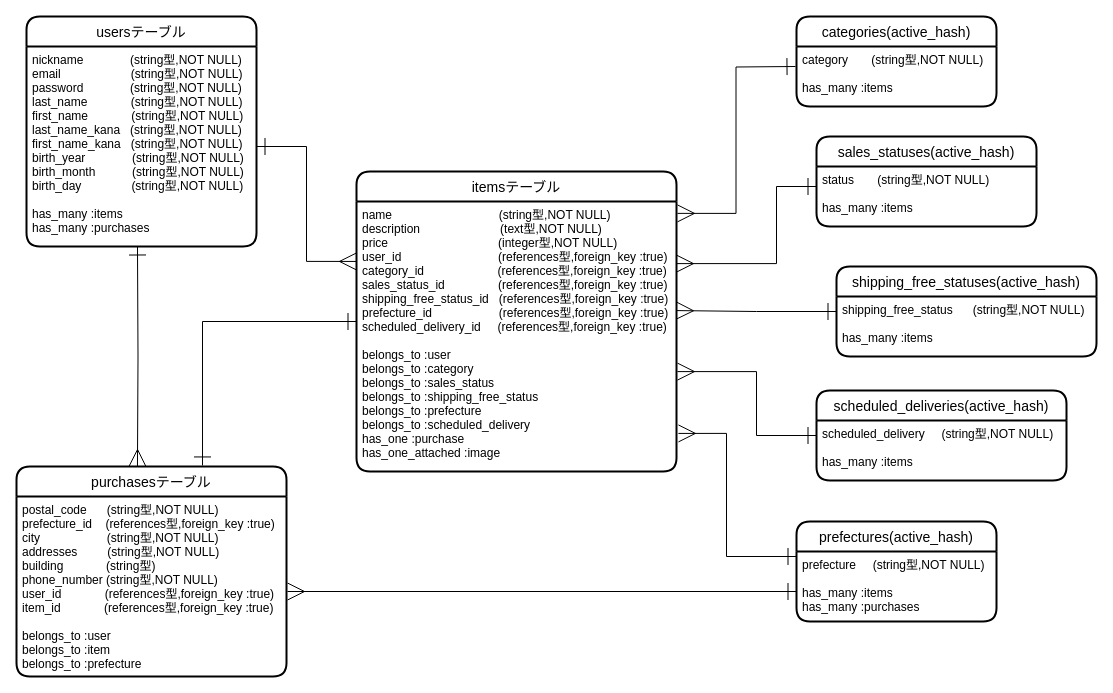
The draw.io diagram DB設計.dio in Yamafuku0717/furima-34794, before the edit. Source tidied: cells renumbered, new cells numbered last; positions are measured from the earlier drawing's top-left corner, leaving out a move shared by most shapes. Both pictures are drawn from the tidied source at 100%, with x=0, y=0 at pixel (16, 16).
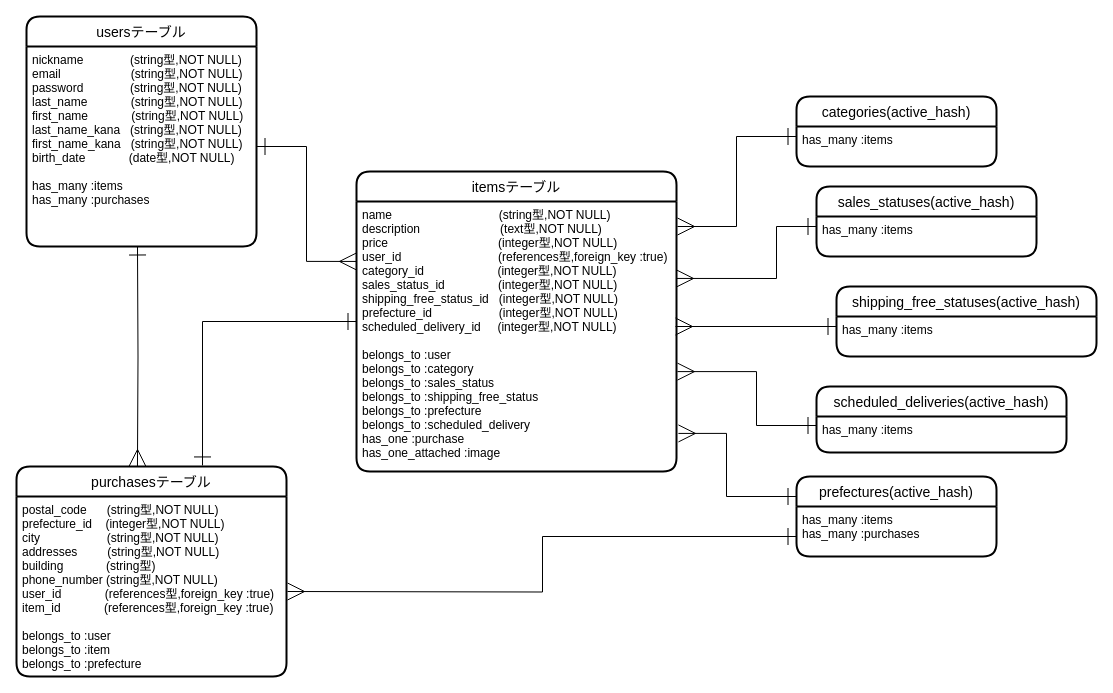
After the change.

Commit message (it also covers changes not shown here):
指摘箇所の修正

The change refers to these unchanged cells:
```xml
<mxCell id="2" value="usersテーブル" style="swimlane;horizontal=1;startSize=30;rounded=1;fontSize=14;fontStyle=0;strokeWidth=2;shadow=0;dashed=0;align=center;" parent="1" vertex="1">
  <mxGeometry x="10" width="230" height="230" as="geometry" />
</mxCell>
<mxCell id="5" value="itemsテーブル" style="swimlane;horizontal=1;startSize=30;rounded=1;fontSize=14;fontStyle=0;strokeWidth=2;shadow=0;dashed=0;align=center;" parent="1" vertex="1">
  <mxGeometry x="340" y="155" width="320" height="300" as="geometry" />
</mxCell>
<mxCell id="16" value="purchasesテーブル" style="swimlane;horizontal=1;startSize=30;rounded=1;fontSize=14;fontStyle=0;strokeWidth=2;shadow=0;dashed=0;align=center;" parent="1" vertex="1">
  <mxGeometry y="450" width="270" height="210" as="geometry" />
</mxCell>
```

What changed in the source:
```diff
@@
-    <mxCell id="3" value="nickname              (string型,NOT NULL)&#10;email                     (string型,NOT NULL)&#10;password              (string型,NOT NULL)&#10;last_name             (string型,NOT NULL)&#10;first_name             (string型,NOT NULL)&#10;last_name_kana   (string型,NOT NULL)&#10;first_name_kana   (string型,NOT NULL)&#10;birth_year              (string型,NOT NULL)&#10;birth_month           (string型,NOT NULL)&#10;birth_day               (string型,NOT NULL)&#10;&#10;has_many :items&#10;has_many :purchases" style="align=left;fillColor=none;spacingLeft=4;fontSize=12;verticalAlign=top;strokeColor=none;" parent="2" vertex="1">
+    <mxCell id="3" value="nickname              (string型,NOT NULL)&#10;email                     (string型,NOT NULL)&#10;password              (string型,NOT NULL)&#10;last_name             (string型,NOT NULL)&#10;first_name             (string型,NOT NULL)&#10;last_name_kana   (string型,NOT NULL)&#10;first_name_kana   (string型,NOT NULL)&#10;birth_date             (date型,NOT NULL)&#10;&#10;has_many :items&#10;has_many :purchases" style="align=left;fillColor=none;spacingLeft=4;fontSize=12;verticalAlign=top;strokeColor=none;" parent="2" vertex="1">
       <mxGeometry y="30" width="230" height="200" as="geometry" />
     </mxCell>
@@
-    <mxCell id="6" value="name                                (string型,NOT NULL)&#10;description                        (text型,NOT NULL)&#10;price                                 (integer型,NOT NULL)&#10;user_id                             (references型,foreign_key :true)&#10;category_id                      (references型,foreign_key :true)&#10;sales_status_id                (references型,foreign_key :true)&#10;shipping_free_status_id   (references型,foreign_key :true)&#10;prefecture_id                    (references型,foreign_key :true)&#10;scheduled_delivery_id     (references型,foreign_key :true)&#10;&#10;belongs_to :user&#10;belongs_to :category&#10;belongs_to :sales_status&#10;belongs_to :shipping_free_status&#10;belongs_to :prefecture&#10;belongs_to :scheduled_delivery&#10;has_one :purchase&#10;has_one_attached :image" style="align=left;strokeColor=none;fillColor=none;spacingLeft=4;fontSize=12;verticalAlign=top;" parent="5" vertex="1">
+    <mxCell id="6" value="name                                (string型,NOT NULL)&#10;description                        (text型,NOT NULL)&#10;price                                 (integer型,NOT NULL)&#10;user_id                             (references型,foreign_key :true)&#10;category_id                      (integer型,NOT NULL)&#10;sales_status_id                (integer型,NOT NULL)&#10;shipping_free_status_id   (integer型,NOT NULL)&#10;prefecture_id                    (integer型,NOT NULL)&#10;scheduled_delivery_id     (integer型,NOT NULL)&#10;&#10;belongs_to :user&#10;belongs_to :category&#10;belongs_to :sales_status&#10;belongs_to :shipping_free_status&#10;belongs_to :prefecture&#10;belongs_to :scheduled_delivery&#10;has_one :purchase&#10;has_one_attached :image" style="align=left;strokeColor=none;fillColor=none;spacingLeft=4;fontSize=12;verticalAlign=top;" parent="5" vertex="1">
       <mxGeometry y="30" width="320" height="270" as="geometry" />
     </mxCell>
     <mxCell id="7" value="sales_statuses(active_hash)" style="swimlane;horizontal=1;startSize=30;rounded=1;fontSize=14;fontStyle=0;strokeWidth=2;shadow=0;dashed=0;align=center;" parent="1" vertex="1">
-      <mxGeometry x="800" y="120" width="220" height="90" as="geometry" />
+      <mxGeometry x="800" y="170" width="220" height="70" as="geometry" />
     </mxCell>
-    <mxCell id="8" value="status       (string型,NOT NULL)&#10;&#10;has_many :items" style="align=left;strokeColor=none;fillColor=none;spacingLeft=4;fontSize=12;verticalAlign=top;" parent="7" vertex="1">
-      <mxGeometry y="30" width="220" height="60" as="geometry" />
+    <mxCell id="8" value="has_many :items" style="align=left;strokeColor=none;fillColor=none;spacingLeft=4;fontSize=12;verticalAlign=top;" parent="7" vertex="1">
+      <mxGeometry y="30" width="220" height="40" as="geometry" />
     </mxCell>
     <mxCell id="9" value="categories(active_hash)" style="swimlane;horizontal=1;startSize=30;rounded=1;fontSize=14;fontStyle=0;strokeWidth=2;shadow=0;dashed=0;align=center;" parent="1" vertex="1">
-      <mxGeometry x="780" width="200" height="90" as="geometry" />
+      <mxGeometry x="780" y="80" width="200" height="70" as="geometry" />
     </mxCell>
-    <mxCell id="10" value="category       (string型,NOT NULL)&#10;&#10;has_many :items" style="align=left;strokeColor=none;fillColor=none;spacingLeft=4;fontSize=12;verticalAlign=top;" parent="9" vertex="1">
-      <mxGeometry y="30" width="200" height="60" as="geometry" />
+    <mxCell id="10" value="has_many :items" style="align=left;strokeColor=none;fillColor=none;spacingLeft=4;fontSize=12;verticalAlign=top;" parent="9" vertex="1">
+      <mxGeometry y="30" width="200" height="40" as="geometry" />
     </mxCell>
-    <mxCell id="11" style="edgeStyle=orthogonalEdgeStyle;rounded=0;jettySize=auto;html=1;startArrow=ERone;startFill=0;startSize=15;endArrow=ERmany;endFill=0;endSize=15;entryX=1;entryY=0.404;entryDx=0;entryDy=0;entryPerimeter=0;" parent="1" edge="1" source="12" target="6">
-      <mxGeometry relative="1" as="geometry" />
+    <mxCell id="11" style="edgeStyle=orthogonalEdgeStyle;rounded=0;jettySize=auto;html=1;startArrow=ERone;startFill=0;startSize=15;endArrow=ERmany;endFill=0;endSize=15;exitX=0;exitY=0.25;exitDx=0;exitDy=0;" parent="1" edge="1" source="13">
+      <mxGeometry relative="1" as="geometry">
+        <mxPoint x="659" y="310" as="targetPoint" />
+        <Array as="points">
+          <mxPoint x="659" y="310" />
+        </Array>
+      </mxGeometry>
     </mxCell>
     <mxCell id="12" value="shipping_free_statuses(active_hash)" style="swimlane;horizontal=1;startSize=30;rounded=1;fontSize=14;fontStyle=0;strokeWidth=2;shadow=0;dashed=0;align=center;" parent="1" vertex="1">
-      <mxGeometry x="820" y="250" width="260" height="90" as="geometry" />
+      <mxGeometry x="820" y="270" width="260" height="70" as="geometry" />
     </mxCell>
-    <mxCell id="13" value="shipping_free_status      (string型,NOT NULL)&#10;&#10;has_many :items" style="align=left;strokeColor=none;fillColor=none;spacingLeft=4;fontSize=12;verticalAlign=top;" parent="12" vertex="1">
-      <mxGeometry y="30" width="260" height="60" as="geometry" />
+    <mxCell id="13" value="has_many :items" style="align=left;strokeColor=none;fillColor=none;spacingLeft=4;fontSize=12;verticalAlign=top;" parent="12" vertex="1">
+      <mxGeometry y="30" width="260" height="40" as="geometry" />
     </mxCell>
     <mxCell id="14" value="scheduled_deliveries(active_hash)" style="swimlane;horizontal=1;startSize=30;rounded=1;fontSize=14;fontStyle=0;strokeWidth=2;shadow=0;dashed=0;align=center;" parent="1" vertex="1">
-      <mxGeometry x="800" y="374" width="250" height="90" as="geometry" />
+      <mxGeometry x="800" y="370" width="250" height="66" as="geometry" />
     </mxCell>
-    <mxCell id="15" value="scheduled_delivery     (string型,NOT NULL)&#10;&#10;has_many :items" style="align=left;strokeColor=none;fillColor=none;spacingLeft=4;fontSize=12;verticalAlign=top;" parent="14" vertex="1">
-      <mxGeometry y="30" width="250" height="60" as="geometry" />
+    <mxCell id="15" value="has_many :items" style="align=left;strokeColor=none;fillColor=none;spacingLeft=4;fontSize=12;verticalAlign=top;" parent="14" vertex="1">
+      <mxGeometry y="30" width="250" height="36" as="geometry" />
     </mxCell>
@@
-    <mxCell id="17" value="postal_code      (string型,NOT NULL)&#10;prefecture_id    (references型,foreign_key :true)&#10;city                    (string型,NOT NULL)&#10;addresses         (string型,NOT NULL)&#10;building　　　  (string型)&#10;phone_number (string型,NOT NULL)&#10;user_id             (references型,foreign_key :true)&#10;item_id             (references型,foreign_key :true)&#10;&#10;belongs_to :user&#10;belongs_to :item&#10;belongs_to :prefecture" style="align=left;strokeColor=none;fillColor=none;spacingLeft=4;fontSize=12;verticalAlign=top;" parent="16" vertex="1">
+    <mxCell id="17" value="postal_code      (string型,NOT NULL)&#10;prefecture_id    (integer型,NOT NULL)&#10;city                    (string型,NOT NULL)&#10;addresses         (string型,NOT NULL)&#10;building　　　  (string型)&#10;phone_number (string型,NOT NULL)&#10;user_id             (references型,foreign_key :true)&#10;item_id             (references型,foreign_key :true)&#10;&#10;belongs_to :user&#10;belongs_to :item&#10;belongs_to :prefecture" style="align=left;strokeColor=none;fillColor=none;spacingLeft=4;fontSize=12;verticalAlign=top;" parent="16" vertex="1">
       <mxGeometry y="30" width="270" height="180" as="geometry" />
     </mxCell>
-    <mxCell id="18" style="edgeStyle=orthogonalEdgeStyle;rounded=0;jettySize=auto;html=1;entryX=1.003;entryY=0.044;entryDx=0;entryDy=0;entryPerimeter=0;endArrow=ERmany;endFill=0;startArrow=ERone;startFill=0;endSize=15;startSize=15;" parent="1" edge="1" target="6">
+    <mxCell id="18" style="edgeStyle=orthogonalEdgeStyle;rounded=0;jettySize=auto;html=1;endArrow=ERmany;endFill=0;startArrow=ERone;startFill=0;endSize=15;startSize=15;exitX=0;exitY=0.25;exitDx=0;exitDy=0;" parent="1" edge="1" source="10">
       <mxGeometry relative="1" as="geometry">
-        <mxPoint x="779" y="50" as="sourcePoint" />
+        <mxPoint x="661" y="210" as="targetPoint" />
+        <Array as="points">
+          <mxPoint x="720" y="120" />
+          <mxPoint x="720" y="210" />
+          <mxPoint x="661" y="210" />
+        </Array>
       </mxGeometry>
     </mxCell>
-    <mxCell id="19" style="edgeStyle=orthogonalEdgeStyle;rounded=0;jettySize=auto;html=1;startArrow=ERone;startFill=0;endArrow=ERmany;endFill=0;endSize=15;startSize=15;entryX=1;entryY=0.23;entryDx=0;entryDy=0;entryPerimeter=0;" parent="1" edge="1" target="6">
+    <mxCell id="19" style="edgeStyle=orthogonalEdgeStyle;rounded=0;jettySize=auto;html=1;startArrow=ERone;startFill=0;endArrow=ERmany;endFill=0;endSize=15;startSize=15;entryX=1;entryY=0.285;entryDx=0;entryDy=0;entryPerimeter=0;exitX=0;exitY=0.25;exitDx=0;exitDy=0;" parent="1" edge="1" source="8" target="6">
       <mxGeometry relative="1" as="geometry">
-        <mxPoint x="800" y="170" as="sourcePoint" />
         <Array as="points">
-          <mxPoint x="760" y="170" />
-          <mxPoint x="760" y="247" />
+          <mxPoint x="760" y="210" />
+          <mxPoint x="760" y="262" />
         </Array>
       </mxGeometry>
     </mxCell>
     <mxCell id="20" style="edgeStyle=orthogonalEdgeStyle;rounded=0;jettySize=auto;html=1;entryX=1.003;entryY=0.63;entryDx=0;entryDy=0;entryPerimeter=0;startArrow=ERone;startFill=0;startSize=15;endSize=15;endArrow=ERmany;endFill=0;exitX=0;exitY=0.25;exitDx=0;exitDy=0;" parent="1" edge="1" source="15" target="6">
       <mxGeometry relative="1" as="geometry">
         <Array as="points">
-          <mxPoint x="740" y="419" />
+          <mxPoint x="740" y="409" />
           <mxPoint x="740" y="355" />
         </Array>
       </mxGeometry>
     </mxCell>
@@
-    <mxCell id="22" style="edgeStyle=orthogonalEdgeStyle;rounded=0;jettySize=auto;html=1;startArrow=ERone;startFill=0;startSize=15;endArrow=ERmany;endFill=0;endSize=15;entryX=1.006;entryY=0.859;entryDx=0;entryDy=0;entryPerimeter=0;" parent="1" edge="1" target="6">
+    <mxCell id="22" style="edgeStyle=orthogonalEdgeStyle;rounded=0;jettySize=auto;html=1;startArrow=ERone;startFill=0;startSize=15;endArrow=ERmany;endFill=0;endSize=15;entryX=1.006;entryY=0.859;entryDx=0;entryDy=0;entryPerimeter=0;exitX=0;exitY=0.25;exitDx=0;exitDy=0;" parent="1" edge="1" source="25" target="6">
       <mxGeometry relative="1" as="geometry">
-        <mxPoint x="780" y="540" as="sourcePoint" />
         <Array as="points">
-          <mxPoint x="710" y="540" />
+          <mxPoint x="710" y="480" />
           <mxPoint x="710" y="417" />
         </Array>
       </mxGeometry>
     </mxCell>
@@
-    <mxCell id="24" style="edgeStyle=orthogonalEdgeStyle;rounded=0;orthogonalLoop=1;jettySize=auto;html=1;entryX=0;entryY=0.75;entryDx=0;entryDy=0;startArrow=ERmany;startFill=0;startSize=15;endArrow=ERone;endFill=0;endSize=15;" parent="1" edge="1">
+    <mxCell id="24" style="edgeStyle=orthogonalEdgeStyle;rounded=0;jettySize=auto;html=1;entryX=0;entryY=0.75;entryDx=0;entryDy=0;startArrow=ERmany;startFill=0;startSize=15;endArrow=ERone;endFill=0;endSize=15;" parent="1" edge="1" target="25">
       <mxGeometry relative="1" as="geometry">
         <mxPoint x="271" y="575" as="sourcePoint" />
-        <mxPoint x="780" y="575" as="targetPoint" />
       </mxGeometry>
     </mxCell>
     <mxCell id="25" value="prefectures(active_hash)" style="swimlane;horizontal=1;startSize=30;rounded=1;fontSize=14;fontStyle=0;strokeWidth=2;shadow=0;dashed=0;align=center;" parent="1" vertex="1">
-      <mxGeometry x="780" y="505" width="200" height="100" as="geometry" />
+      <mxGeometry x="780" y="460" width="200" height="80" as="geometry" />
     </mxCell>
-    <mxCell id="26" value="prefecture     (string型,NOT NULL)&#10;&#10;has_many :items&#10;has_many :purchases" style="align=left;strokeColor=none;fillColor=none;spacingLeft=4;fontSize=12;verticalAlign=top;" parent="25" vertex="1">
-      <mxGeometry y="30" width="200" height="70" as="geometry" />
+    <mxCell id="26" value="has_many :items&#10;has_many :purchases" style="align=left;strokeColor=none;fillColor=none;spacingLeft=4;fontSize=12;verticalAlign=top;" parent="25" vertex="1">
+      <mxGeometry y="30" width="200" height="50" as="geometry" />
     </mxCell>
```
